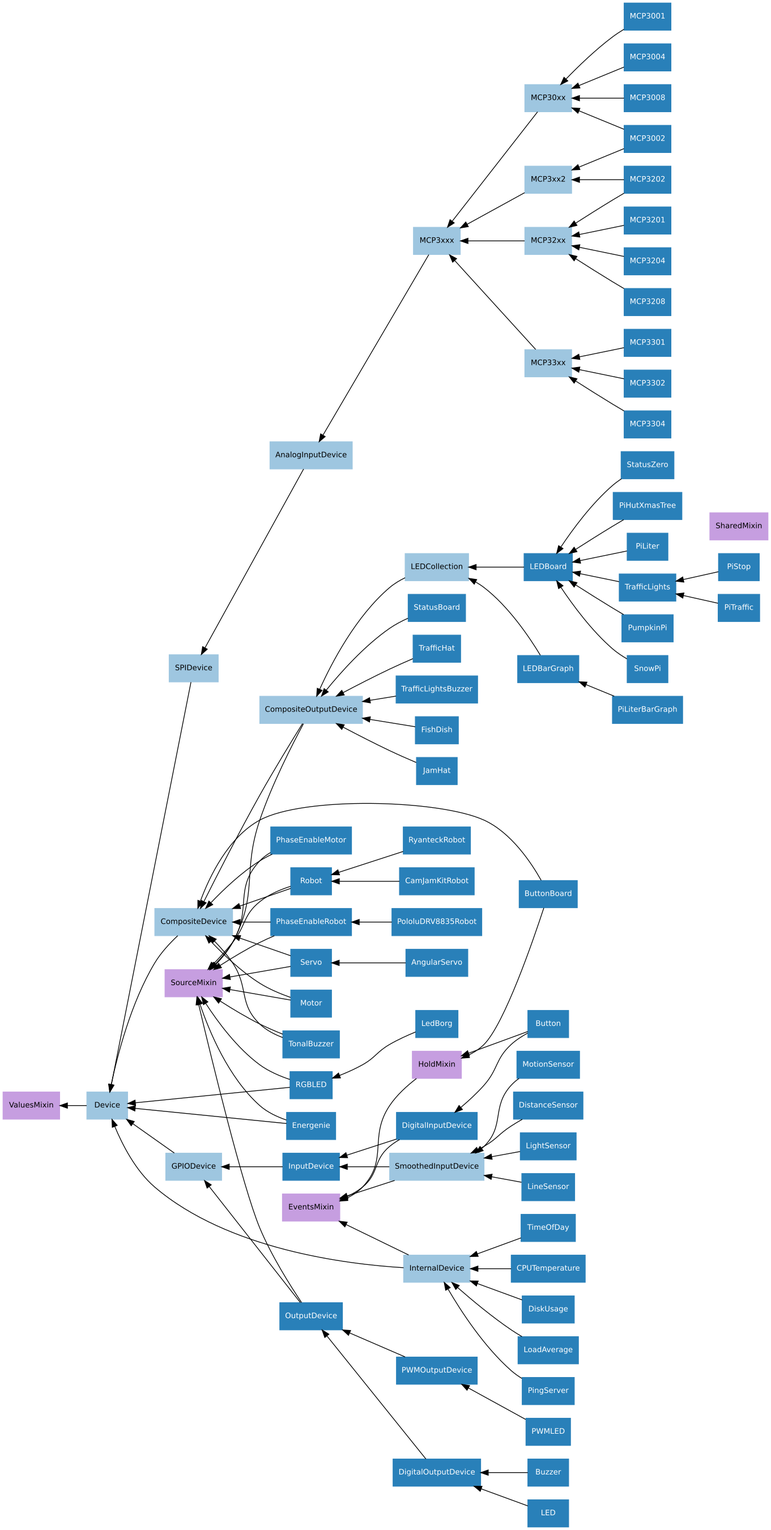
gpiozero/gpiozero keeps this Graphviz diagram as docs/images/device_hierarchy.png. Above is the earlier version. Its source is kept beside it as docs/images/device_hierarchy.dot. Source of this version:
```dot
digraph classes {
    graph [rankdir=RL];
    node [shape=rect, style=filled, fontname=Sans, fontsize=10];
    edge [];

    /* Mixin classes */
    node [color="#c69ee0", fontcolor="#000000"]

    EventsMixin;
    HoldMixin;
    SharedMixin;
    SourceMixin;
    ValuesMixin;

    /* Abstract classes */
    node [color="#9ec6e0", fontcolor="#000000"]

    AnalogInputDevice;
    CompositeDevice;
    CompositeOutputDevice;
    Device;
    GPIODevice;
    InternalDevice;
    LEDCollection;
    MCP30xx;
    MCP32xx;
    MCP33xx;
    MCP3xx2;
    MCP3xxx;
    SPIDevice;
    SmoothedInputDevice;

    /* Concrete classes */
    node [color="#2980b9", fontcolor="#ffffff"];

    AnalogInputDevice->SPIDevice;
    AngularServo->Servo;
    Button->DigitalInputDevice;
    Button->HoldMixin;
    ButtonBoard->CompositeDevice;
    ButtonBoard->HoldMixin;
    Buzzer->DigitalOutputDevice;
    CPUTemperature->InternalDevice;
    CamJamKitRobot->Robot;
    CompositeDevice->Device;
    CompositeOutputDevice->CompositeDevice;
    CompositeOutputDevice->SourceMixin;
    Device->ValuesMixin;
    DigitalInputDevice->EventsMixin;
    DigitalInputDevice->InputDevice;
    DigitalOutputDevice->OutputDevice;
    DiskUsage->InternalDevice;
    DistanceSensor->SmoothedInputDevice;
    Energenie->Device;
    Energenie->SourceMixin;
    FishDish->CompositeOutputDevice;
    GPIODevice->Device;
    HoldMixin->EventsMixin;
    InputDevice->GPIODevice;
    InternalDevice->Device;
    InternalDevice->EventsMixin;
    JamHat->CompositeOutputDevice;
    LED->DigitalOutputDevice;
    LEDBarGraph->LEDCollection;
    LEDBoard->LEDCollection;
    LEDCollection->CompositeOutputDevice;
    LedBorg->RGBLED;
    LightSensor->SmoothedInputDevice;
    LineSensor->SmoothedInputDevice;
    LoadAverage->InternalDevice;
    MCP3001->MCP30xx;
    MCP3002->MCP30xx;
    MCP3002->MCP3xx2;
    MCP3004->MCP30xx;
    MCP3008->MCP30xx;
    MCP30xx->MCP3xxx;
    MCP3201->MCP32xx;
    MCP3202->MCP32xx;
    MCP3202->MCP3xx2;
    MCP3204->MCP32xx;
    MCP3208->MCP32xx;
    MCP32xx->MCP3xxx;
    MCP3301->MCP33xx;
    MCP3302->MCP33xx;
    MCP3304->MCP33xx;
    MCP33xx->MCP3xxx;
    MCP3xx2->MCP3xxx;
    MCP3xxx->AnalogInputDevice;
    MotionSensor->SmoothedInputDevice;
    Motor->CompositeDevice;
    Motor->SourceMixin;
    OutputDevice->GPIODevice;
    OutputDevice->SourceMixin;
    PWMLED->PWMOutputDevice;
    PWMOutputDevice->OutputDevice;
    PhaseEnableMotor->CompositeDevice;
    PhaseEnableMotor->SourceMixin;
    PhaseEnableRobot->CompositeDevice;
    PhaseEnableRobot->SourceMixin;
    PiHutXmasTree->LEDBoard;
    PiLiter->LEDBoard;
    PiLiterBarGraph->LEDBarGraph;
    PiStop->TrafficLights;
    PiTraffic->TrafficLights;
    PingServer->InternalDevice;
    PololuDRV8835Robot->PhaseEnableRobot;
    PumpkinPi->LEDBoard;
    RGBLED->Device;
    RGBLED->SourceMixin;
    Robot->CompositeDevice;
    Robot->SourceMixin;
    RyanteckRobot->Robot;
    SPIDevice->Device;
    Servo->CompositeDevice;
    Servo->SourceMixin;
    SmoothedInputDevice->EventsMixin;
    SmoothedInputDevice->InputDevice;
    SnowPi->LEDBoard;
    StatusBoard->CompositeOutputDevice;
    StatusZero->LEDBoard;
    TimeOfDay->InternalDevice;
    TonalBuzzer->CompositeDevice;
    TonalBuzzer->SourceMixin;
    TrafficHat->CompositeOutputDevice;
    TrafficLights->LEDBoard;
    TrafficLightsBuzzer->CompositeOutputDevice;
}
```
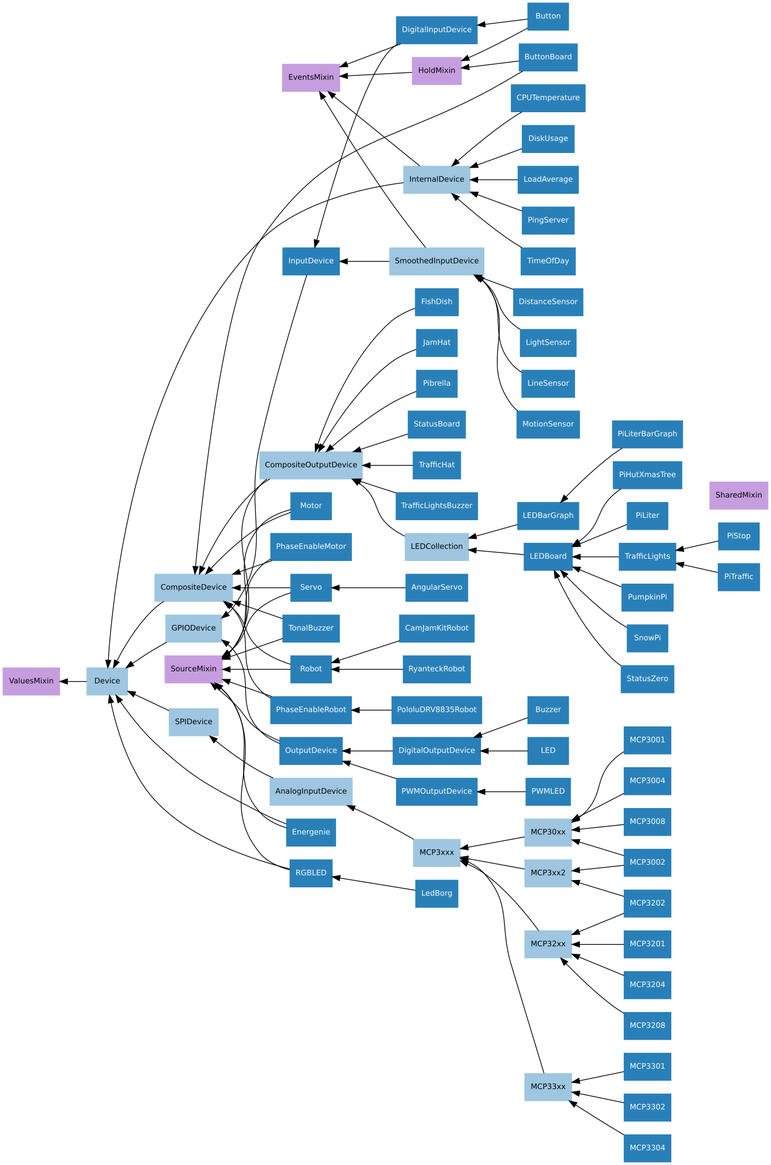
The same diagram one commit later.

The edit, as a diff of the source:
```diff
@@ -102,6 +102,7 @@
     PiLiterBarGraph->LEDBarGraph;
     PiStop->TrafficLights;
     PiTraffic->TrafficLights;
+    Pibrella->CompositeOutputDevice;
     PingServer->InternalDevice;
     PololuDRV8835Robot->PhaseEnableRobot;
     PumpkinPi->LEDBoard;
```
